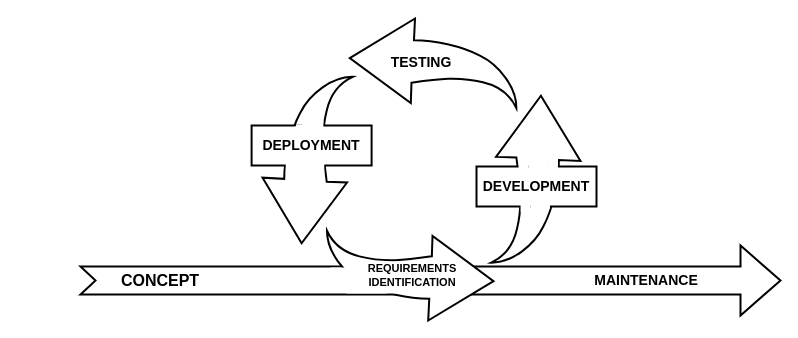
Above: DOCS/Diagrams/AGILE Diagram.drawio in alexxGmZ/MenuMaApp (draw.io), before the change. Source tidied: cells renumbered, new cells numbered last; positions are measured from the earlier drawing's top-left corner, leaving out a move shared by most shapes. Both pictures are drawn from the tidied source at 100%, with x=0, y=0 at pixel (80, 18).
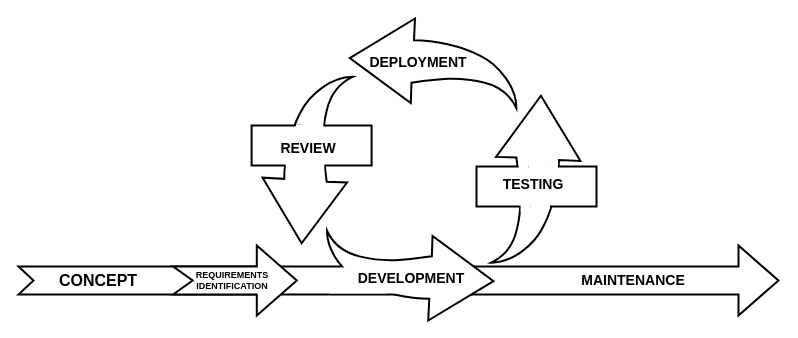
Above is the later version.

Commit message (it also covers changes not shown here):
updated AGILE and Deployment

The edit, as a diff of the source:
```diff
@@
     <mxCell id="2" style="html=1;shadow=0;dashed=0;align=center;verticalAlign=middle;shape=mxgraph.arrows2.arrow;dy=0.6;dx=40;notch=15;strokeWidth=2;" parent="1" vertex="1">
-      <mxGeometry y="227" width="700" height="70" as="geometry" />
+      <mxGeometry x="-62" y="227" width="760" height="70" as="geometry" />
     </mxCell>
@@
     <mxCell id="4" value="&lt;h4&gt;&lt;font style=&quot;font-size: 16px;&quot;&gt;CONCEPT&lt;/font&gt;&lt;/h4&gt;" style="text;html=1;strokeColor=none;fillColor=none;align=center;verticalAlign=middle;whiteSpace=wrap;rounded=0;" parent="1" vertex="1">
-      <mxGeometry x="30" y="247" width="100" height="30" as="geometry" />
+      <mxGeometry x="-32" y="247" width="100" height="30" as="geometry" />
     </mxCell>
     <mxCell id="5" style="rounded=0;whiteSpace=wrap;html=1;strokeColor=none;" parent="1" vertex="1">
-      <mxGeometry x="266" y="243" width="80" height="32" as="geometry" />
+      <mxGeometry x="249" y="255" width="80" height="20" as="geometry" />
     </mxCell>
-    <mxCell id="6" style="rounded=0;whiteSpace=wrap;html=1;strokeColor=none;" parent="1" vertex="1">
-      <mxGeometry x="250" y="249" width="60" height="22" as="geometry" />
-    </mxCell>
-    <mxCell id="7" value="&lt;h6 style=&quot;&quot;&gt;&lt;span style=&quot;background-color: initial;&quot;&gt;&lt;font style=&quot;font-size: 11px;&quot;&gt;REQUIREMENTS IDENTIFICATION&lt;/font&gt;&lt;/span&gt;&lt;br&gt;&lt;/h6&gt;" style="text;html=1;strokeColor=none;fillColor=none;align=center;verticalAlign=middle;whiteSpace=wrap;rounded=0;" parent="1" vertex="1">
-      <mxGeometry x="277" y="242" width="110" height="30" as="geometry" />
-    </mxCell>
@@
-    <mxCell id="17" value="&lt;h4&gt;&lt;font style=&quot;font-size: 14px;&quot;&gt;DEVELOPMENT&lt;/font&gt;&lt;/h4&gt;" style="text;html=1;strokeColor=none;fillColor=none;align=center;verticalAlign=middle;whiteSpace=wrap;rounded=0;" parent="1" vertex="1">
-      <mxGeometry x="406" y="153" width="100" height="30" as="geometry" />
-    </mxCell>
     <mxCell id="18" value="&lt;h4&gt;&lt;font style=&quot;font-size: 14px;&quot;&gt;TESTING&lt;/font&gt;&lt;/h4&gt;" style="text;html=1;strokeColor=none;fillColor=none;align=center;verticalAlign=middle;whiteSpace=wrap;rounded=0;" parent="1" vertex="1">
-      <mxGeometry x="291.1" y="29" width="100" height="30" as="geometry" />
+      <mxGeometry x="403" y="151" width="100" height="30" as="geometry" />
     </mxCell>
@@
     <mxCell id="25" value="&lt;h4&gt;&lt;font style=&quot;font-size: 14px;&quot;&gt;DEPLOYMENT&lt;/font&gt;&lt;/h4&gt;" style="text;html=1;strokeColor=none;fillColor=none;align=center;verticalAlign=middle;whiteSpace=wrap;rounded=0;" parent="1" vertex="1">
-      <mxGeometry x="181.1" y="112" width="100" height="30" as="geometry" />
+      <mxGeometry x="288" y="29" width="100" height="30" as="geometry" />
     </mxCell>
     <mxCell id="26" value="&lt;h4&gt;&lt;font style=&quot;font-size: 14px;&quot;&gt;MAINTENANCE&lt;/font&gt;&lt;/h4&gt;" style="text;html=1;strokeColor=none;fillColor=none;align=center;verticalAlign=middle;whiteSpace=wrap;rounded=0;" parent="1" vertex="1">
-      <mxGeometry x="516" y="247" width="100" height="30" as="geometry" />
+      <mxGeometry x="503" y="247" width="100" height="30" as="geometry" />
     </mxCell>
+    <mxCell id="27" value="&lt;h4&gt;&lt;font style=&quot;font-size: 14px;&quot;&gt;REVIEW&lt;/font&gt;&lt;/h4&gt;" style="text;html=1;strokeColor=none;fillColor=none;align=center;verticalAlign=middle;whiteSpace=wrap;rounded=0;" parent="1" vertex="1">
+      <mxGeometry x="178" y="115" width="100" height="30" as="geometry" />
+    </mxCell>
+    <mxCell id="28" style="html=1;shadow=0;dashed=0;align=center;verticalAlign=middle;shape=mxgraph.arrows2.arrow;dy=0.6;dx=40;notch=19.6;strokeWidth=2;" parent="1" vertex="1">
+      <mxGeometry x="92.6" y="227" width="123.7" height="70" as="geometry" />
+    </mxCell>
+    <mxCell id="7" value="&lt;h6 style=&quot;&quot;&gt;&lt;span style=&quot;background-color: initial;&quot;&gt;&lt;font style=&quot;font-size: 9px;&quot;&gt;REQUIREMENTS IDENTIFICATION&lt;/font&gt;&lt;/span&gt;&lt;br&gt;&lt;/h6&gt;" style="text;html=1;strokeColor=none;fillColor=none;align=center;verticalAlign=middle;whiteSpace=wrap;rounded=0;" parent="1" vertex="1">
+      <mxGeometry x="104.6" y="247" width="94" height="30" as="geometry" />
+    </mxCell>
+    <mxCell id="29" style="rounded=0;whiteSpace=wrap;html=1;strokeColor=none;" parent="1" vertex="1">
+      <mxGeometry x="260" y="249" width="80" height="20" as="geometry" />
+    </mxCell>
+    <mxCell id="17" value="&lt;h4&gt;&lt;font style=&quot;font-size: 14px;&quot;&gt;DEVELOPMENT&lt;/font&gt;&lt;/h4&gt;" style="text;html=1;strokeColor=none;fillColor=none;align=center;verticalAlign=middle;whiteSpace=wrap;rounded=0;" parent="1" vertex="1">
+      <mxGeometry x="281.1" y="245" width="100" height="30" as="geometry" />
+    </mxCell>
```
